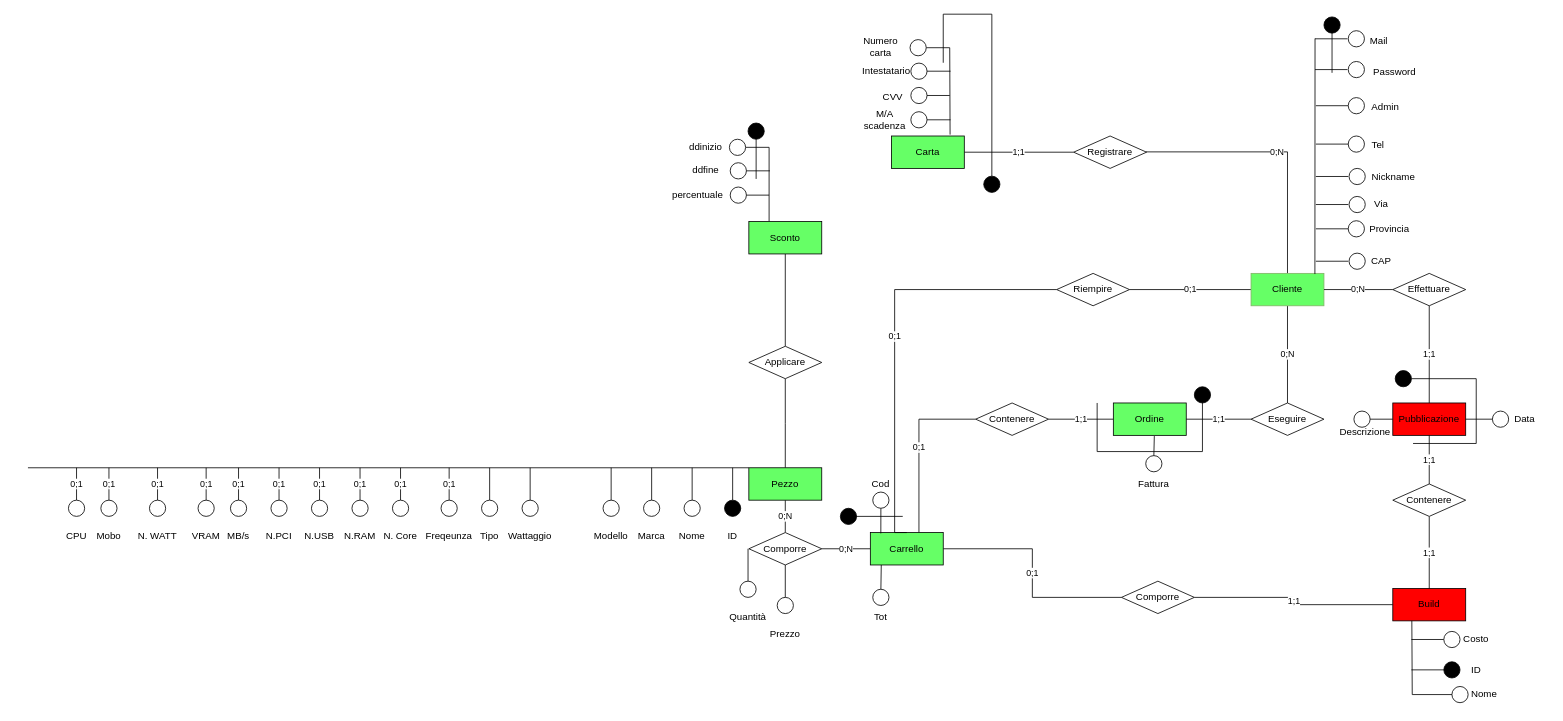
Before: page "Pagina-1" (1 of 3) of file/diagrammaDB/ERR/ERR_TSW.drawio in carloalbertogiordano/ProgTSW, a draw.io diagram. Source tidied: cells renumbered, new cells numbered last; positions are measured from the earlier drawing's top-left corner, leaving out a move shared by most shapes. Both pictures are drawn from the tidied source at 81%, with x=0, y=0 at pixel (28, 14).
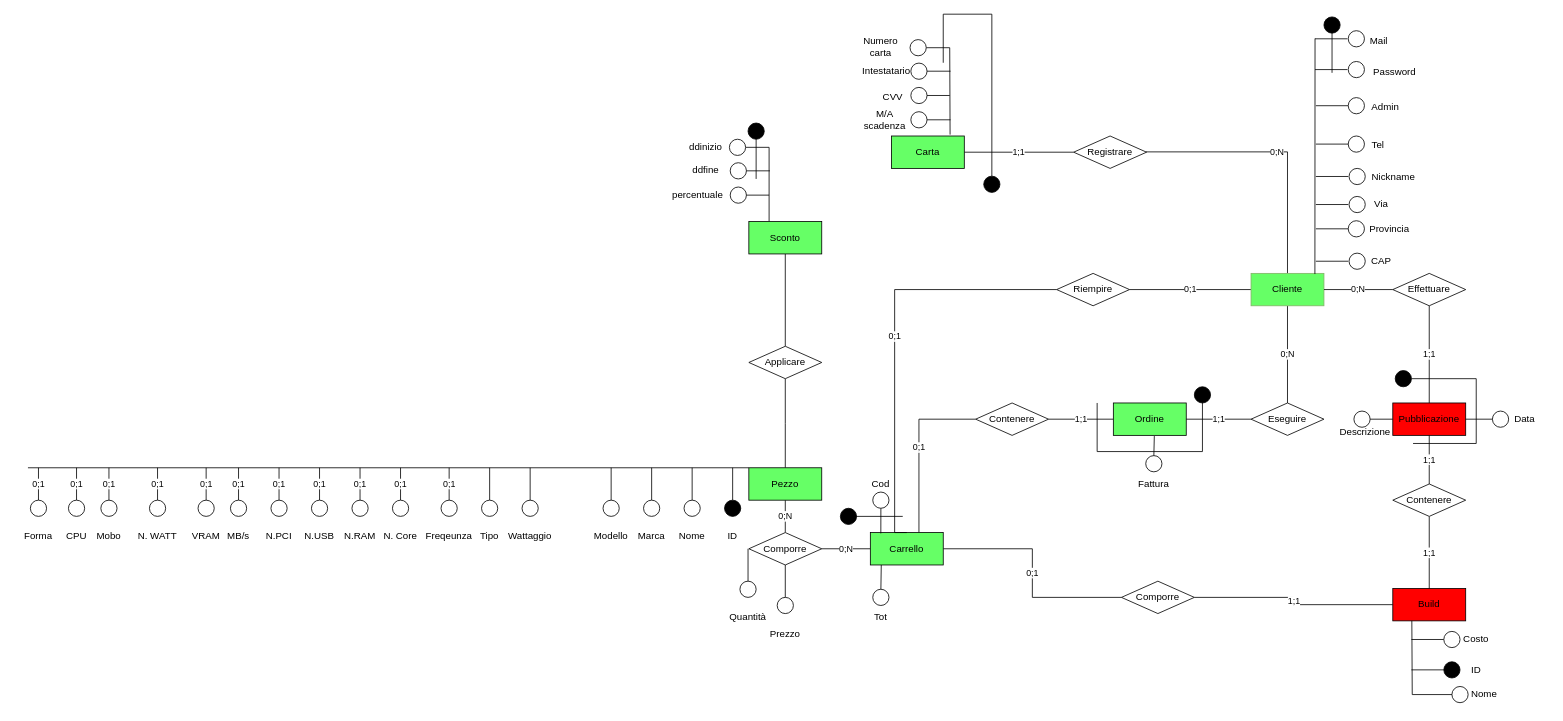
After the change.

What changed in the source:
```diff
@@
+    <mxCell id="174" value="Forma" style="text;html=1;strokeColor=none;fillColor=none;align=center;verticalAlign=middle;whiteSpace=wrap;rounded=0;" parent="1" vertex="1">
+      <mxGeometry x="-17" y="630" width="60" height="30" as="geometry" />
+    </mxCell>
+    <mxCell id="175" value="0;1" style="endArrow=none;html=1;rounded=0;" parent="1" edge="1">
+      <mxGeometry relative="1" as="geometry">
+        <mxPoint x="13" y="600" as="sourcePoint" />
+        <mxPoint x="13" y="560" as="targetPoint" />
+      </mxGeometry>
+    </mxCell>
+    <mxCell id="176" style="ellipse;whiteSpace=wrap;html=1;" parent="1" vertex="1">
+      <mxGeometry x="3" y="600" width="20" height="20" as="geometry" />
+    </mxCell>
```
